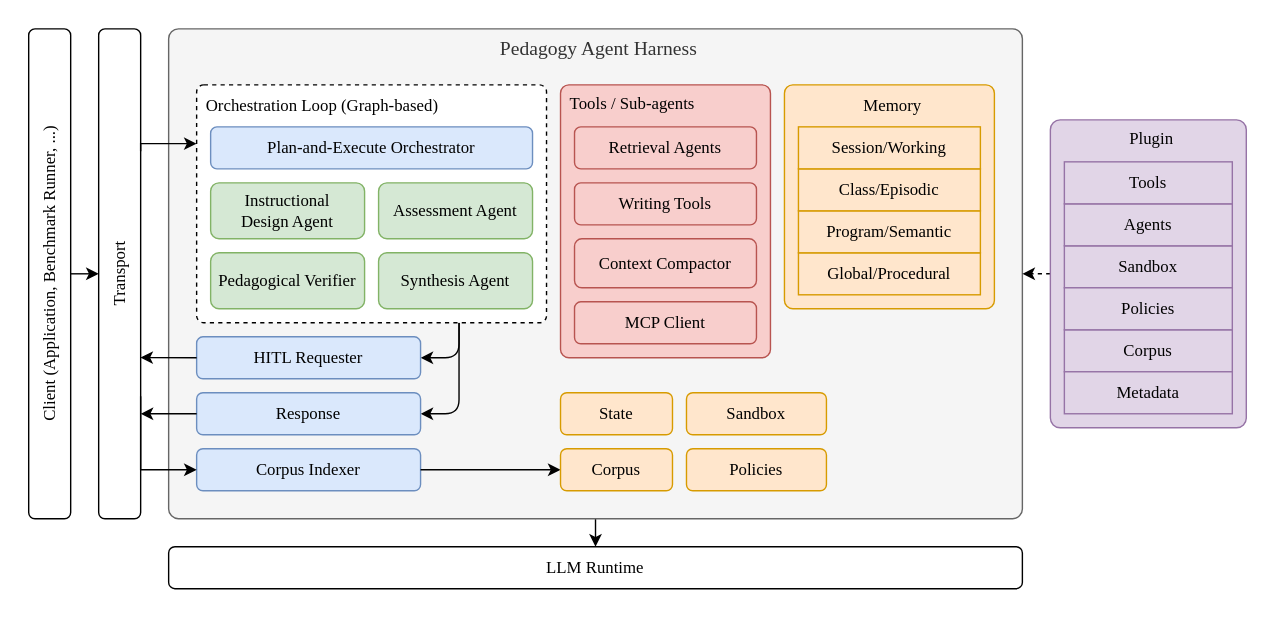
This is docs/assets/arch.svg from phuongbv00/alignmentgraph-isd, a draw.io export, as it was before one commit. Source tidied: cells renumbered, new cells last; positions are measured from the earlier drawing's top-left corner, leaving out a move shared by most shapes.
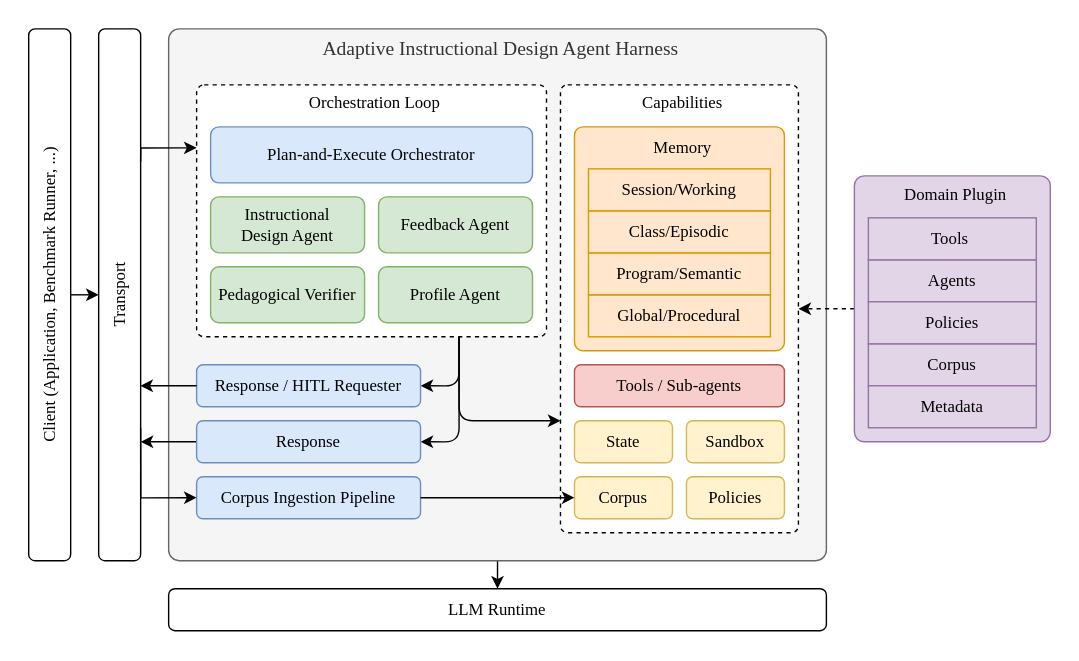
The same diagram one commit later.

The edit, as a diff of the source:
```diff
@@ -3,16 +3,16 @@
     <mxCell id="0" />
     <mxCell id="1" parent="0" />
     <mxCell id="2" value="Transport" style="rounded=1;whiteSpace=wrap;html=1;fontSize=12;direction=north;flipV=1;flipH=1;horizontal=0;fontFamily=Comic Sans MS;" parent="1" vertex="1">
-      <mxGeometry x="50" width="30" height="350" as="geometry" />
+      <mxGeometry x="20" y="-140" width="30" height="380" as="geometry" />
     </mxCell>
     <mxCell id="3" style="edgeStyle=none;html=1;exitX=0.5;exitY=1;exitDx=0;exitDy=0;entryX=0.5;entryY=0;entryDx=0;entryDy=0;" parent="1" edge="1" source="4" target="5">
       <mxGeometry relative="1" as="geometry" />
     </mxCell>
-    <mxCell id="4" value="Pedagogy Agent Harness" style="rounded=1;whiteSpace=wrap;html=1;align=center;verticalAlign=top;spacingLeft=5;fontSize=14;fontFamily=Comic Sans MS;glass=0;shadow=0;fillColor=#f5f5f5;fontColor=#333333;strokeColor=#666666;arcSize=2;" parent="1" vertex="1">
-      <mxGeometry x="100" width="610" height="350" as="geometry" />
+    <mxCell id="4" value="Adaptive Instructional Design Agent Harness" style="rounded=1;whiteSpace=wrap;html=1;align=center;verticalAlign=top;spacingLeft=5;fontSize=14;fontFamily=Comic Sans MS;glass=0;shadow=0;fillColor=#f5f5f5;fontColor=#333333;strokeColor=#666666;arcSize=2;" parent="1" vertex="1">
+      <mxGeometry x="70" y="-140" width="470" height="380" as="geometry" />
     </mxCell>
     <mxCell id="5" value="LLM Runtime" style="rounded=1;whiteSpace=wrap;html=1;fontSize=12;fontFamily=Comic Sans MS;" parent="1" vertex="1">
-      <mxGeometry x="100" y="370" width="610" height="30" as="geometry" />
+      <mxGeometry x="70" y="260" width="470" height="30" as="geometry" />
     </mxCell>
     <mxCell id="6" style="edgeStyle=orthogonalEdgeStyle;html=1;exitX=0.75;exitY=1;exitDx=0;exitDy=0;entryX=1;entryY=0.5;entryDx=0;entryDy=0;" parent="1" edge="1" source="8" target="12">
       <mxGeometry relative="1" as="geometry" />
@@ -20,83 +20,102 @@
     <mxCell id="7" style="edgeStyle=orthogonalEdgeStyle;html=1;exitX=0.75;exitY=1;exitDx=0;exitDy=0;entryX=1;entryY=0.5;entryDx=0;entryDy=0;" parent="1" edge="1" source="8" target="11">
       <mxGeometry relative="1" as="geometry" />
     </mxCell>
+    <mxCell id="48" style="edgeStyle=orthogonalEdgeStyle;html=1;exitX=0.75;exitY=1;exitDx=0;exitDy=0;entryX=0;entryY=0.75;entryDx=0;entryDy=0;" parent="1" edge="1" source="8" target="51">
+      <mxGeometry relative="1" as="geometry" />
+    </mxCell>
-    <mxCell id="8" value="&lt;font style=&quot;font-size: 12px;&quot;&gt;Orchestration Loop (Graph-based)&lt;/font&gt;" style="rounded=1;whiteSpace=wrap;html=1;align=left;verticalAlign=top;spacingLeft=5;fontSize=14;dashed=1;fontFamily=Comic Sans MS;arcSize=3;" parent="1" vertex="1">
-      <mxGeometry x="120" y="40" width="250" height="170" as="geometry" />
+    <mxCell id="8" value="&lt;font style=&quot;font-size: 12px;&quot;&gt;Orchestration Loop&lt;/font&gt;" style="rounded=1;whiteSpace=wrap;html=1;align=center;verticalAlign=top;spacingLeft=5;fontSize=14;dashed=1;fontFamily=Comic Sans MS;arcSize=3;spacingTop=-2;" parent="1" vertex="1">
+      <mxGeometry x="90" y="-100" width="250" height="180" as="geometry" />
     </mxCell>
-    <mxCell id="9" style="edgeStyle=none;html=1;exitX=0;exitY=0.5;exitDx=0;exitDy=0;entryX=1;entryY=0.5;entryDx=0;entryDy=0;dashed=1;fontFamily=Comic Sans MS;" parent="1" edge="1" source="10" target="4">
+    <mxCell id="9" style="edgeStyle=none;html=1;exitX=0;exitY=0.5;exitDx=0;exitDy=0;entryX=1;entryY=0.5;entryDx=0;entryDy=0;dashed=1;fontFamily=Comic Sans MS;" parent="1" edge="1" source="10" target="51">
       <mxGeometry relative="1" as="geometry" />
     </mxCell>
-    <mxCell id="10" value="Plugin" style="rounded=1;whiteSpace=wrap;html=1;align=center;verticalAlign=top;spacingLeft=5;fontSize=12;fontFamily=Comic Sans MS;fillColor=#e1d5e7;strokeColor=#9673a6;arcSize=5;" parent="1" vertex="1">
-      <mxGeometry x="730" y="65" width="140" height="220" as="geometry" />
-    </mxCell>
-    <mxCell id="11" value="HITL Requester" style="rounded=1;whiteSpace=wrap;html=1;fontSize=12;fontFamily=Comic Sans MS;fillColor=#dae8fc;strokeColor=#6c8ebf;" parent="1" vertex="1">
-      <mxGeometry x="120" y="220" width="160" height="30" as="geometry" />
+    <mxCell id="11" value="&lt;span style=&quot;color: rgb(0, 0, 0);&quot;&gt;Response /&amp;nbsp;&lt;/span&gt;HITL Requester" style="rounded=1;whiteSpace=wrap;html=1;fontSize=12;fontFamily=Comic Sans MS;fillColor=#dae8fc;strokeColor=#6c8ebf;" parent="1" vertex="1">
+      <mxGeometry x="90" y="100" width="160" height="30" as="geometry" />
     </mxCell>
+    <mxCell id="49" style="edgeStyle=none;html=1;" parent="1" edge="1" source="12">
+      <mxGeometry relative="1" as="geometry">
+        <mxPoint x="50" y="155" as="targetPoint" />
+      </mxGeometry>
+    </mxCell>
     <mxCell id="12" value="Response" style="rounded=1;whiteSpace=wrap;html=1;fontSize=12;fontFamily=Comic Sans MS;fillColor=#dae8fc;strokeColor=#6c8ebf;" parent="1" vertex="1">
-      <mxGeometry x="120" y="260" width="160" height="30" as="geometry" />
+      <mxGeometry x="90" y="140" width="160" height="30" as="geometry" />
     </mxCell>
-    <mxCell id="13" value="Corpus" style="rounded=0;whiteSpace=wrap;html=1;fontSize=12;fontFamily=Comic Sans MS;fillColor=#e1d5e7;strokeColor=#9673a6;" parent="1" vertex="1">
-      <mxGeometry x="740" y="215" width="120" height="30" as="geometry" />
-    </mxCell>
-    <mxCell id="14" value="Sandbox" style="rounded=0;whiteSpace=wrap;html=1;fontSize=12;fontFamily=Comic Sans MS;fillColor=#e1d5e7;strokeColor=#9673a6;" parent="1" vertex="1">
-      <mxGeometry x="740" y="155" width="120" height="30" as="geometry" />
-    </mxCell>
     <mxCell id="15" value="Instructional&lt;div&gt;Design Agent&lt;/div&gt;" style="rounded=1;whiteSpace=wrap;html=1;fontSize=12;fontFamily=Comic Sans MS;fillColor=#d5e8d4;strokeColor=#82b366;" parent="1" vertex="1">
-      <mxGeometry x="130" y="110" width="110" height="40" as="geometry" />
+      <mxGeometry x="100" y="-20" width="110" height="40" as="geometry" />
     </mxCell>
-    <mxCell id="16" value="Assessment Agent" style="rounded=1;whiteSpace=wrap;html=1;fontSize=12;fontFamily=Comic Sans MS;fillColor=#d5e8d4;strokeColor=#82b366;" parent="1" vertex="1">
-      <mxGeometry x="250" y="110" width="110" height="40" as="geometry" />
+    <mxCell id="16" value="Feedback Agent" style="rounded=1;whiteSpace=wrap;html=1;fontSize=12;fontFamily=Comic Sans MS;fillColor=#d5e8d4;strokeColor=#82b366;" parent="1" vertex="1">
+      <mxGeometry x="220" y="-20" width="110" height="40" as="geometry" />
     </mxCell>
     <mxCell id="17" value="Plan-and-Execute Orchestrator" style="rounded=1;whiteSpace=wrap;html=1;fontSize=12;fontFamily=Comic Sans MS;fillColor=#dae8fc;strokeColor=#6c8ebf;" parent="1" vertex="1">
-      <mxGeometry x="130" y="70" width="230" height="30" as="geometry" />
+      <mxGeometry x="100" y="-70" width="230" height="40" as="geometry" />
     </mxCell>
-    <mxCell id="18" value="State" style="rounded=1;whiteSpace=wrap;html=1;fontSize=12;fontFamily=Comic Sans MS;fillColor=#ffe6cc;strokeColor=#d79b00;" parent="1" vertex="1">
-      <mxGeometry x="380" y="260" width="80" height="30" as="geometry" />
-    </mxCell>
-    <mxCell id="19" value="Sandbox" style="rounded=1;whiteSpace=wrap;html=1;fontSize=12;fontFamily=Comic Sans MS;fillColor=#ffe6cc;strokeColor=#d79b00;" parent="1" vertex="1">
-      <mxGeometry x="470" y="260" width="100" height="30" as="geometry" />
-    </mxCell>
-    <mxCell id="20" style="edgeStyle=none;html=1;exitX=0;exitY=0.5;exitDx=0;exitDy=0;fontFamily=Comic Sans MS;" parent="1" edge="1" source="12">
-      <mxGeometry relative="1" as="geometry">
-        <mxPoint x="80" y="275" as="targetPoint" />
-      </mxGeometry>
-    </mxCell>
     <mxCell id="21" style="edgeStyle=none;html=1;exitX=0.5;exitY=1;exitDx=0;exitDy=0;entryX=0.5;entryY=0;entryDx=0;entryDy=0;fontFamily=Comic Sans MS;" parent="1" edge="1" source="22" target="2">
       <mxGeometry relative="1" as="geometry" />
     </mxCell>
     <mxCell id="22" value="Client (Application, Benchmark Runner, ...)" style="rounded=1;whiteSpace=wrap;html=1;fontSize=12;direction=north;flipV=1;flipH=1;horizontal=0;fontFamily=Comic Sans MS;" parent="1" vertex="1">
-      <mxGeometry width="30" height="350" as="geometry" />
+      <mxGeometry x="-30" y="-140" width="30" height="380" as="geometry" />
     </mxCell>
-    <mxCell id="23" value="Agents" style="rounded=0;whiteSpace=wrap;html=1;fontSize=12;fontFamily=Comic Sans MS;fillColor=#e1d5e7;strokeColor=#9673a6;" parent="1" vertex="1">
-      <mxGeometry x="740" y="125" width="120" height="30" as="geometry" />
-    </mxCell>
-    <mxCell id="24" value="Tools" style="rounded=0;whiteSpace=wrap;html=1;fontSize=12;fontFamily=Comic Sans MS;fillColor=#e1d5e7;strokeColor=#9673a6;" parent="1" vertex="1">
-      <mxGeometry x="740" y="95" width="120" height="30" as="geometry" />
-    </mxCell>
-    <mxCell id="25" value="Policies" style="rounded=0;whiteSpace=wrap;html=1;fontSize=12;fontFamily=Comic Sans MS;fillColor=#e1d5e7;strokeColor=#9673a6;" parent="1" vertex="1">
-      <mxGeometry x="740" y="185" width="120" height="30" as="geometry" />
-    </mxCell>
-    <mxCell id="26" value="Policies" style="rounded=1;whiteSpace=wrap;html=1;fontSize=12;fontFamily=Comic Sans MS;fillColor=#ffe6cc;strokeColor=#d79b00;" parent="1" vertex="1">
-      <mxGeometry x="470" y="300" width="100" height="30" as="geometry" />
-    </mxCell>
-    <mxCell id="27" value="Corpus Indexer" style="rounded=1;whiteSpace=wrap;html=1;fontSize=12;fontFamily=Comic Sans MS;fillColor=#dae8fc;strokeColor=#6c8ebf;" parent="1" vertex="1">
-      <mxGeometry x="120" y="300" width="160" height="30" as="geometry" />
+    <mxCell id="27" value="Corpus Ingestion Pipeline" style="rounded=1;whiteSpace=wrap;html=1;fontSize=12;fontFamily=Comic Sans MS;fillColor=#dae8fc;strokeColor=#6c8ebf;" parent="1" vertex="1">
+      <mxGeometry x="90" y="180" width="160" height="30" as="geometry" />
     </mxCell>
     <mxCell id="28" style="edgeStyle=orthogonalEdgeStyle;html=1;exitX=0.25;exitY=1;exitDx=0;exitDy=0;entryX=0;entryY=0.5;entryDx=0;entryDy=0;rounded=0;curved=0;fontFamily=Comic Sans MS;" parent="1" edge="1" source="2" target="27">
       <mxGeometry relative="1" as="geometry">
         <Array as="points">
-          <mxPoint x="80" y="315" />
+          <mxPoint x="50" y="195" />
         </Array>
       </mxGeometry>
     </mxCell>
     <mxCell id="29" value="Pedagogical Verifier" style="rounded=1;whiteSpace=wrap;html=1;fontSize=12;fontFamily=Comic Sans MS;fillColor=#d5e8d4;strokeColor=#82b366;" parent="1" vertex="1">
-      <mxGeometry x="130" y="160" width="110" height="40" as="geometry" />
+      <mxGeometry x="100" y="30" width="110" height="40" as="geometry" />
     </mxCell>
-    <mxCell id="30" value="Synthesis Agent" style="rounded=1;whiteSpace=wrap;html=1;fontSize=12;fontFamily=Comic Sans MS;fillColor=#d5e8d4;strokeColor=#82b366;" parent="1" vertex="1">
-      <mxGeometry x="250" y="160" width="110" height="40" as="geometry" />
+    <mxCell id="30" value="Profile Agent" style="rounded=1;whiteSpace=wrap;html=1;fontSize=12;fontFamily=Comic Sans MS;fillColor=#d5e8d4;strokeColor=#82b366;" parent="1" vertex="1">
+      <mxGeometry x="220" y="30" width="110" height="40" as="geometry" />
     </mxCell>
+    <mxCell id="45" style="edgeStyle=orthogonalEdgeStyle;html=1;exitX=0.75;exitY=1;exitDx=0;exitDy=0;entryX=0;entryY=0.25;entryDx=0;entryDy=0;rounded=0;curved=0;" parent="1" edge="1" source="2" target="8">
+      <mxGeometry relative="1" as="geometry">
+        <Array as="points">
+          <mxPoint x="50" y="-55" />
+        </Array>
+      </mxGeometry>
+    </mxCell>
+    <mxCell id="46" style="html=1;exitX=0;exitY=0.5;exitDx=0;exitDy=0;entryX=0.671;entryY=0.008;entryDx=0;entryDy=0;fontFamily=Comic Sans MS;entryPerimeter=0;" parent="1" edge="1" source="11" target="2">
+      <mxGeometry relative="1" as="geometry" />
+    </mxCell>
+    <mxCell id="50" style="group;" parent="1" vertex="1">
+      <mxGeometry x="560" y="-35" width="140" height="190" as="geometry" />
+    </mxCell>
+    <mxCell id="10" value="Domain Plugin" style="rounded=1;whiteSpace=wrap;html=1;align=center;verticalAlign=top;spacingLeft=5;fontSize=12;fontFamily=Comic Sans MS;fillColor=#e1d5e7;strokeColor=#9673a6;arcSize=5;" parent="50" vertex="1">
+      <mxGeometry width="140" height="190" as="geometry" />
+    </mxCell>
+    <mxCell id="13" value="Corpus" style="rounded=0;whiteSpace=wrap;html=1;fontSize=12;fontFamily=Comic Sans MS;fillColor=#e1d5e7;strokeColor=#9673a6;" parent="50" vertex="1">
+      <mxGeometry x="10" y="120" width="120" height="30" as="geometry" />
+    </mxCell>
+    <mxCell id="23" value="Agents" style="rounded=0;whiteSpace=wrap;html=1;fontSize=12;fontFamily=Comic Sans MS;fillColor=#e1d5e7;strokeColor=#9673a6;" parent="50" vertex="1">
+      <mxGeometry x="10" y="60" width="120" height="30" as="geometry" />
+    </mxCell>
+    <mxCell id="24" value="Tools&amp;nbsp;" style="rounded=0;whiteSpace=wrap;html=1;fontSize=12;fontFamily=Comic Sans MS;fillColor=#e1d5e7;strokeColor=#9673a6;" parent="50" vertex="1">
+      <mxGeometry x="10" y="30" width="120" height="30" as="geometry" />
+    </mxCell>
+    <mxCell id="25" value="Policies" style="rounded=0;whiteSpace=wrap;html=1;fontSize=12;fontFamily=Comic Sans MS;fillColor=#e1d5e7;strokeColor=#9673a6;" parent="50" vertex="1">
+      <mxGeometry x="10" y="90" width="120" height="30" as="geometry" />
+    </mxCell>
+    <mxCell id="47" value="Metadata" style="rounded=0;whiteSpace=wrap;html=1;fontSize=12;fontFamily=Comic Sans MS;fillColor=#e1d5e7;strokeColor=#9673a6;" parent="50" vertex="1">
+      <mxGeometry x="10" y="150" width="120" height="30" as="geometry" />
+    </mxCell>
+    <mxCell id="51" value="&lt;font style=&quot;font-size: 12px;&quot;&gt;Capabilities&lt;/font&gt;" style="rounded=1;whiteSpace=wrap;html=1;align=center;verticalAlign=top;spacingLeft=5;fontSize=14;dashed=1;fontFamily=Comic Sans MS;arcSize=3;spacingTop=-2;" parent="1" vertex="1">
+      <mxGeometry x="350" y="-100" width="170" height="320" as="geometry" />
+    </mxCell>
+    <mxCell id="18" value="State" style="rounded=1;whiteSpace=wrap;html=1;fontSize=12;fontFamily=Comic Sans MS;fillColor=#fff2cc;strokeColor=#d6b656;" parent="1" vertex="1">
+      <mxGeometry x="360" y="140" width="70" height="30" as="geometry" />
+    </mxCell>
+    <mxCell id="19" value="Sandbox" style="rounded=1;whiteSpace=wrap;html=1;fontSize=12;fontFamily=Comic Sans MS;fillColor=#fff2cc;strokeColor=#d6b656;" parent="1" vertex="1">
+      <mxGeometry x="440" y="140" width="70" height="30" as="geometry" />
+    </mxCell>
+    <mxCell id="26" value="Policies" style="rounded=1;whiteSpace=wrap;html=1;fontSize=12;fontFamily=Comic Sans MS;fillColor=#fff2cc;strokeColor=#d6b656;" parent="1" vertex="1">
+      <mxGeometry x="440" y="180" width="70" height="30" as="geometry" />
+    </mxCell>
     <mxCell id="31" style="group;" parent="1" vertex="1">
-      <mxGeometry x="540" y="40" width="150" height="160" as="geometry" />
+      <mxGeometry x="360" y="-70" width="150" height="160" as="geometry" />
     </mxCell>
     <mxCell id="32" value="&lt;font style=&quot;font-size: 12px;&quot;&gt;Memory&lt;/font&gt;" style="rounded=1;whiteSpace=wrap;html=1;align=center;verticalAlign=top;spacingLeft=5;fontSize=14;fontFamily=Comic Sans MS;fillColor=#ffe6cc;strokeColor=#d79b00;arcSize=4;" parent="31" vertex="1">
       <mxGeometry width="150" height="160" as="geometry" />
@@ -113,43 +132,14 @@
     <mxCell id="36" value="Session/Working" style="rounded=0;whiteSpace=wrap;html=1;fontSize=12;fontFamily=Comic Sans MS;fillColor=#ffe6cc;strokeColor=#d79b00;" parent="31" vertex="1">
       <mxGeometry x="10" y="30" width="130" height="30" as="geometry" />
     </mxCell>
+    <mxCell id="44" value="Corpus" style="rounded=1;whiteSpace=wrap;html=1;fontSize=12;fontFamily=Comic Sans MS;fillColor=#fff2cc;strokeColor=#d6b656;" parent="1" vertex="1">
+      <mxGeometry x="360" y="180" width="70" height="30" as="geometry" />
+    </mxCell>
+    <mxCell id="39" value="Tools / Sub-agents" style="rounded=1;whiteSpace=wrap;html=1;fontSize=12;fontFamily=Comic Sans MS;fillColor=#f8cecc;strokeColor=#b85450;" parent="1" vertex="1">
+      <mxGeometry x="360" y="100" width="150" height="30" as="geometry" />
+    </mxCell>
     <mxCell id="37" style="edgeStyle=none;html=1;exitX=1;exitY=0.5;exitDx=0;exitDy=0;entryX=0;entryY=0.5;entryDx=0;entryDy=0;" parent="1" edge="1" source="27" target="44">
       <mxGeometry relative="1" as="geometry" />
     </mxCell>
-    <mxCell id="38" style="group;" parent="1" vertex="1">
-      <mxGeometry x="380" y="40" width="150" height="195" as="geometry" />
-    </mxCell>
-    <mxCell id="39" value="Tools / Sub-agents" style="rounded=1;whiteSpace=wrap;html=1;align=left;verticalAlign=top;spacingLeft=5;fontSize=12;fontFamily=Comic Sans MS;fillColor=#f8cecc;strokeColor=#b85450;arcSize=4;" parent="38" vertex="1">
-      <mxGeometry width="150" height="195" as="geometry" />
-    </mxCell>
-    <mxCell id="40" value="Retrieval Agents" style="rounded=1;whiteSpace=wrap;html=1;fontSize=12;fontFamily=Comic Sans MS;fillColor=#f8cecc;strokeColor=#b85450;" parent="38" vertex="1">
-      <mxGeometry x="10" y="30" width="130" height="30" as="geometry" />
-    </mxCell>
-    <mxCell id="41" value="Writing Tools" style="rounded=1;whiteSpace=wrap;html=1;fontSize=12;fontFamily=Comic Sans MS;fillColor=#f8cecc;strokeColor=#b85450;" parent="38" vertex="1">
-      <mxGeometry x="10" y="70" width="130" height="30" as="geometry" />
-    </mxCell>
-    <mxCell id="42" value="Context Compactor" style="rounded=1;whiteSpace=wrap;html=1;fontSize=12;fontFamily=Comic Sans MS;fillColor=#f8cecc;strokeColor=#b85450;" parent="38" vertex="1">
-      <mxGeometry x="10" y="110" width="130" height="35" as="geometry" />
-    </mxCell>
-    <mxCell id="43" value="MCP Client" style="rounded=1;whiteSpace=wrap;html=1;fontSize=12;fontFamily=Comic Sans MS;fillColor=#f8cecc;strokeColor=#b85450;" parent="38" vertex="1">
-      <mxGeometry x="10" y="155" width="130" height="30" as="geometry" />
-    </mxCell>
-    <mxCell id="44" value="Corpus" style="rounded=1;whiteSpace=wrap;html=1;fontSize=12;fontFamily=Comic Sans MS;fillColor=#ffe6cc;strokeColor=#d79b00;" parent="1" vertex="1">
-      <mxGeometry x="380" y="300" width="80" height="30" as="geometry" />
-    </mxCell>
-    <mxCell id="45" style="edgeStyle=orthogonalEdgeStyle;html=1;exitX=0.75;exitY=1;exitDx=0;exitDy=0;entryX=0;entryY=0.25;entryDx=0;entryDy=0;rounded=0;curved=0;" parent="1" edge="1" source="2" target="8">
-      <mxGeometry relative="1" as="geometry">
-        <Array as="points">
-          <mxPoint x="80" y="82" />
-          <mxPoint x="120" y="82" />
-        </Array>
-      </mxGeometry>
-    </mxCell>
-    <mxCell id="46" style="html=1;exitX=0;exitY=0.5;exitDx=0;exitDy=0;entryX=0.671;entryY=0.008;entryDx=0;entryDy=0;fontFamily=Comic Sans MS;entryPerimeter=0;" parent="1" edge="1" source="11" target="2">
-      <mxGeometry relative="1" as="geometry" />
-    </mxCell>
-    <mxCell id="47" value="Metadata" style="rounded=0;whiteSpace=wrap;html=1;fontSize=12;fontFamily=Comic Sans MS;fillColor=#e1d5e7;strokeColor=#9673a6;" parent="1" vertex="1">
-      <mxGeometry x="740" y="245" width="120" height="30" as="geometry" />
-    </mxCell>
   </root>
 </mxGraphModel>
```
